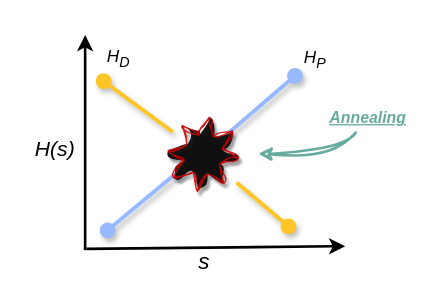
checc1/checc1 keeps this draw.io diagram as Diagramma senza titolo.drawio. Above is the earlier version. Source tidied: cells renumbered, new cells numbered last; positions are measured from the earlier drawing's top-left corner, leaving out a move shared by most shapes. Both pictures are drawn from the tidied source at 132%, with x=0, y=0 at pixel (22, 34).
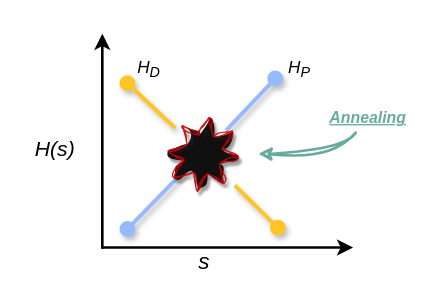
The same diagram, later.

The change refers to these unchanged cells:
```xml
<mxCell id="8" style="verticalLabelPosition=bottom;verticalAlign=top;html=1;shape=mxgraph.basic.8_point_star;fillColor=light-dark(#FF3333,#FFEA63);rotation=30;strokeColor=#CC0000;sketch=1;curveFitting=3;jiggle=4;shadow=1;perimeterSpacing=4;strokeWidth=1;gradientColor=#FFD26B;opacity=90;noLabel=0;fixDash=1;dashOffset=3;shadowOpacity=40;shadowBlur=1;disableMultiStroke=0;portConstraintRotation=0;movableLabel=0;" parent="1" vertex="1">
  <mxGeometry x="112" y="64" width="49" height="53" as="geometry" />
</mxCell>
```

Change to the diagram source:
```diff
@@
     <mxCell id="2" style="endArrow=classic;html=1;rounded=0;strokeWidth=2;" parent="1" edge="1">
       <mxGeometry relative="1" as="geometry">
-        <mxPoint x="47" y="163" as="sourcePoint" />
-        <mxPoint x="47" as="targetPoint" />
+        <mxPoint x="60" y="162" as="sourcePoint" />
+        <mxPoint x="60" y="-1" as="targetPoint" />
       </mxGeometry>
     </mxCell>
     <mxCell id="3" style="endArrow=classic;html=1;rounded=0;strokeWidth=2;" parent="1" edge="1">
       <mxGeometry relative="1" as="geometry">
-        <mxPoint x="48" y="162" as="sourcePoint" />
-        <mxPoint x="244" y="160" as="targetPoint" />
+        <mxPoint x="60" y="161" as="sourcePoint" />
+        <mxPoint x="250" y="161" as="targetPoint" />
       </mxGeometry>
     </mxCell>
     <mxCell id="4" style="endArrow=oval;html=4;rounded=0;strokeColor=light-dark(#FFC526,#FFEA63);curved=0;strokeWidth=3;shadow=1;flowAnimation=1;startSize=9;sourcePerimeterSpacing=4;startArrow=none;startFill=0;endSize=9;endFill=1;" parent="1" edge="1" source="8">
       <mxGeometry relative="1" as="geometry">
-        <mxPoint x="201" y="145" as="targetPoint" />
+        <mxPoint x="193" y="146" as="targetPoint" />
       </mxGeometry>
     </mxCell>
     <mxCell id="5" style="endArrow=oval;html=1;rounded=0;strokeColor=light-dark(#96B9FF,#80A3EA);strokeWidth=3;flowAnimation=1;shadow=1;sourcePerimeterSpacing=-6;targetPerimeterSpacing=5;endSize=9;startArrow=none;startFill=0;endFill=1;jumpStyle=none;" parent="1" edge="1" source="8">
       <mxGeometry relative="1" as="geometry">
-        <mxPoint x="206" y="31" as="targetPoint" />
+        <mxPoint x="191" y="33" as="targetPoint" />
       </mxGeometry>
     </mxCell>
-    <mxCell id="6" style="endArrow=none;html=1;rounded=0;strokeColor=light-dark(#96B9FF,#3399FF);strokeWidth=3;sourcePerimeterSpacing=-2;flowAnimation=1;startArrow=oval;startFill=1;endSize=9;startSize=9;targetPerimeterSpacing=5;shadow=1;fillColor=#dae8fc;entryX=0.329;entryY=0.829;entryDx=0;entryDy=0;entryPerimeter=0;" parent="1" edge="1" target="8">
+    <mxCell id="6" style="endArrow=none;html=1;rounded=0;strokeColor=light-dark(#96B9FF,#3399FF);strokeWidth=3;sourcePerimeterSpacing=-2;flowAnimation=1;startArrow=oval;startFill=1;endSize=9;startSize=9;targetPerimeterSpacing=5;shadow=1;fillColor=#dae8fc;entryX=0.329;entryY=0.829;entryDx=0;entryDy=0;entryPerimeter=0;" parent="1" edge="1">
       <mxGeometry relative="1" as="geometry">
-        <mxPoint x="64" y="148" as="sourcePoint" />
+        <mxPoint x="79" y="147" as="sourcePoint" />
+        <mxPoint x="117" y="108" as="targetPoint" />
       </mxGeometry>
     </mxCell>
-    <mxCell id="7" style="endArrow=none;html=4;rounded=0;strokeColor=light-dark(#FFC526,#FFEA63);curved=0;strokeWidth=3;shadow=1;flowAnimation=1;startSize=9;sourcePerimeterSpacing=4;startArrow=oval;startFill=1;endSize=9;endFill=0;" parent="1" edge="1" target="8">
-      <mxGeometry relative="1" as="geometry">
-        <mxPoint x="61" y="35" as="sourcePoint" />
-      </mxGeometry>
+    <mxCell id="7" style="endArrow=none;html=4;rounded=0;strokeColor=light-dark(#FFC526,#FFEA63);curved=0;strokeWidth=3;shadow=1;flowAnimation=1;startSize=9;sourcePerimeterSpacing=4;startArrow=oval;startFill=1;endSize=9;endFill=0;exitX=0.057;exitY=0.85;exitDx=0;exitDy=0;exitPerimeter=0;" parent="1" edge="1" source="11" target="8">
+      <mxGeometry relative="1" as="geometry" />
     </mxCell>
@@
     <mxCell id="11" value="&lt;i&gt;&lt;font style=&quot;font-size: 13px;&quot;&gt;H&lt;sub&gt;D&lt;/sub&gt;&lt;/font&gt;&lt;/i&gt;" style="text;html=1;align=center;verticalAlign=middle;points=[];strokeColor=none;fillColor=none;" parent="1" vertex="1">
-      <mxGeometry x="54" y="3" width="35" height="30" as="geometry" />
+      <mxGeometry x="77" y="11" width="35" height="30" as="geometry" />
     </mxCell>
     <mxCell id="12" value="&lt;i&gt;&lt;font style=&quot;font-size: 13px;&quot;&gt;H&lt;sub&gt;P&lt;/sub&gt;&lt;/font&gt;&lt;/i&gt;" style="text;html=1;align=center;verticalAlign=middle;strokeColor=none;fillColor=none;" parent="1" vertex="1">
-      <mxGeometry x="203" y="4" width="35" height="30" as="geometry" />
+      <mxGeometry x="191" y="11" width="35" height="30" as="geometry" />
     </mxCell>
```
